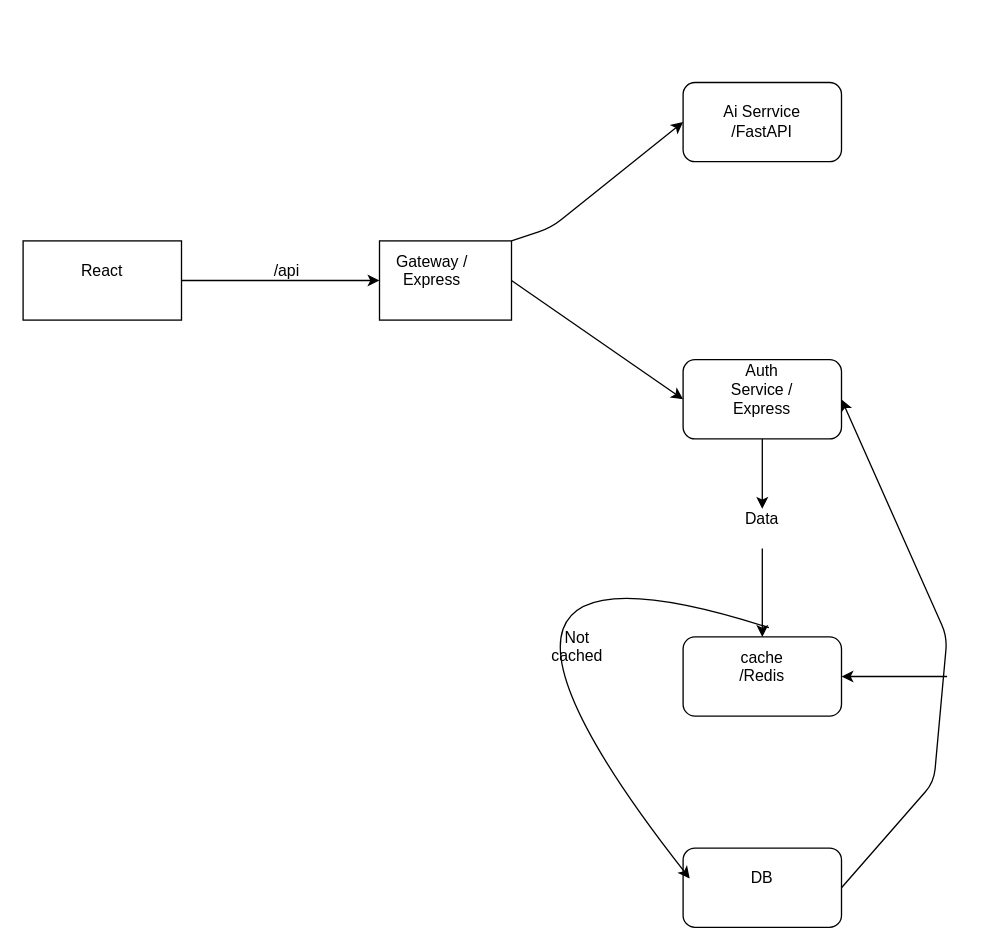
abt-bara/LinkedIn-Profile-Rating keeps this draw.io diagram as Diagram.drawio. Above is the earlier version. Source tidied: cells renumbered, new cells numbered last; positions are measured from the earlier drawing's top-left corner, leaving out a move shared by most shapes. Both pictures are drawn from the tidied source at 132%, with x=0, y=0 at pixel (22, 82).
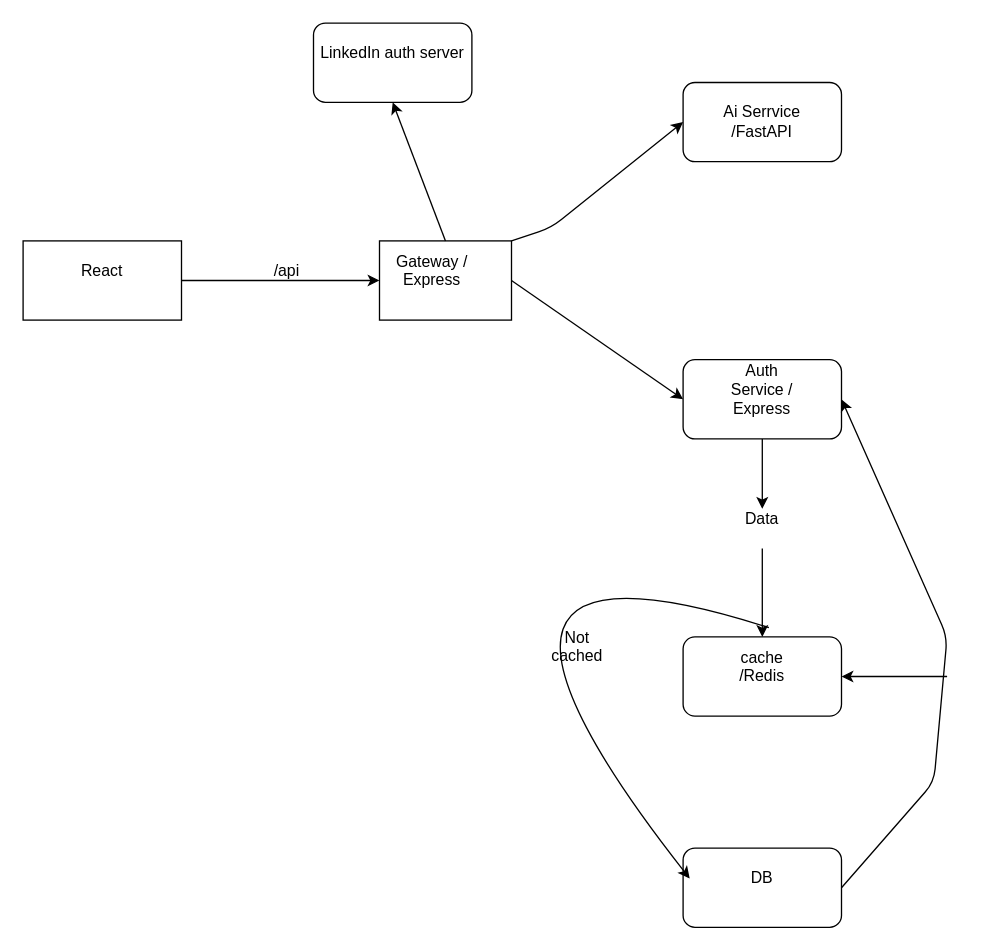
The same page after the edit.

What changed in the source:
```diff
@@
+    <mxCell id="25" value="LinkedIn auth server&lt;div&gt;&lt;br&gt;&lt;/div&gt;" style="rounded=1;whiteSpace=wrap;html=1;" parent="1" vertex="1">
+      <mxGeometry x="220" y="-45" width="120" height="60" as="geometry" />
+    </mxCell>
+    <mxCell id="26" style="endArrow=classic;html=1;entryX=0.5;entryY=1;entryDx=0;entryDy=0;" parent="1" edge="1" target="25">
+      <mxGeometry relative="1" as="geometry">
+        <mxPoint x="320" y="120" as="sourcePoint" />
+      </mxGeometry>
+    </mxCell>
```
